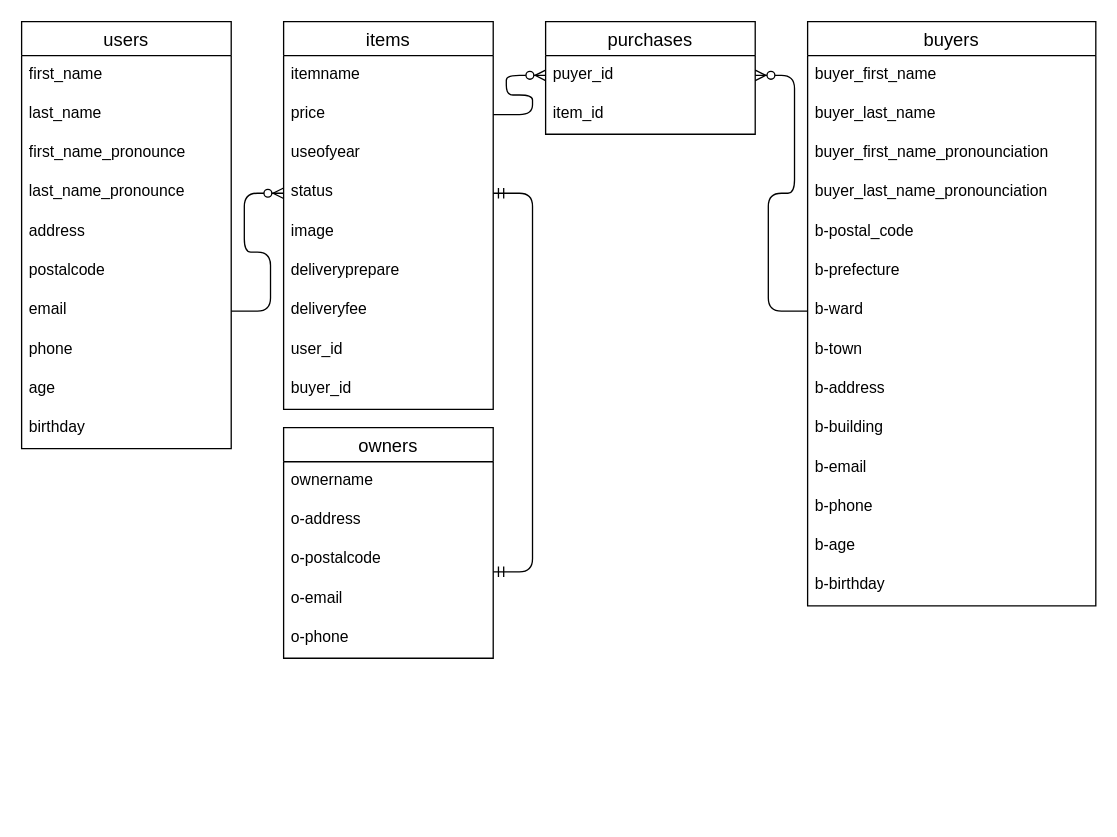
Above: er.dio in takuo-maeda/furima-32844 (draw.io), before the change. Source tidied: cells renumbered, new cells numbered last; positions are measured from the earlier drawing's top-left corner, leaving out a move shared by most shapes. Both pictures are drawn from the tidied source at 131%, with x=0, y=0 at pixel (21, 21).
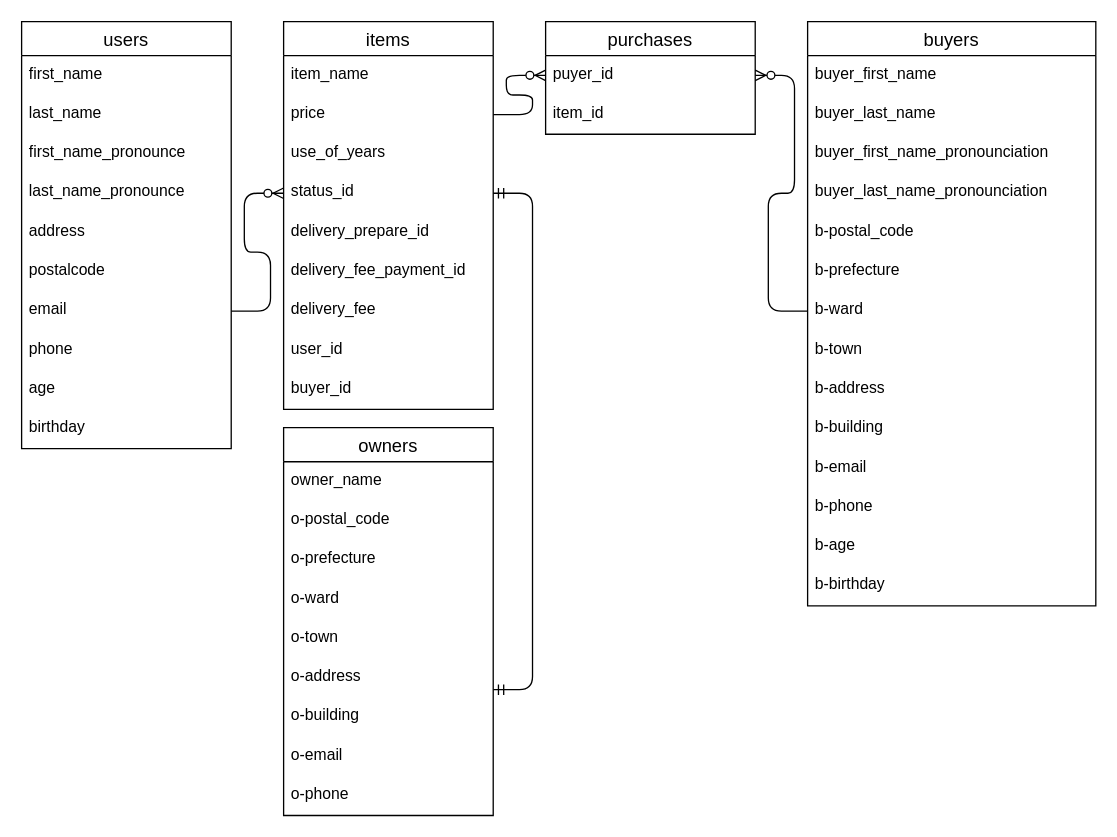
The same diagram, later.

The change refers to these unchanged cells:
```xml
<mxCell id="13" value="items" style="swimlane;fontStyle=0;horizontal=1;startSize=26;align=center;fontSize=14;" parent="1" vertex="1">
  <mxGeometry x="200" width="160" height="296" as="geometry" />
</mxCell>
```

Change to the diagram source:
```diff
@@
-    <mxCell id="14" value="itemname" style="text;strokeColor=none;fillColor=none;spacingLeft=4;spacingRight=4;overflow=hidden;fontSize=12;" parent="13" vertex="1">
+    <mxCell id="14" value="item_name" style="text;strokeColor=none;fillColor=none;spacingLeft=4;spacingRight=4;overflow=hidden;fontSize=12;" parent="13" vertex="1">
       <mxGeometry y="26" width="160" height="30" as="geometry" />
     </mxCell>
@@
-    <mxCell id="16" value="useofyear" style="text;strokeColor=none;fillColor=none;spacingLeft=4;spacingRight=4;overflow=hidden;fontSize=12;" parent="13" vertex="1">
+    <mxCell id="16" value="use_of_years" style="text;strokeColor=none;fillColor=none;spacingLeft=4;spacingRight=4;overflow=hidden;fontSize=12;" parent="13" vertex="1">
       <mxGeometry y="86" width="160" height="30" as="geometry" />
     </mxCell>
-    <mxCell id="17" value="status" style="text;strokeColor=none;fillColor=none;spacingLeft=4;spacingRight=4;overflow=hidden;points=[[0,0.5],[1,0.5]];portConstraint=eastwest;fontSize=12;" parent="13" vertex="1">
+    <mxCell id="17" value="status_id" style="text;strokeColor=none;fillColor=none;spacingLeft=4;spacingRight=4;overflow=hidden;points=[[0,0.5],[1,0.5]];portConstraint=eastwest;fontSize=12;" parent="13" vertex="1">
       <mxGeometry y="116" width="160" height="30" as="geometry" />
     </mxCell>
-    <mxCell id="18" value="image" style="text;strokeColor=none;fillColor=none;spacingLeft=4;spacingRight=4;overflow=hidden;fontSize=12;" parent="13" vertex="1">
-      <mxGeometry y="146" width="160" height="30" as="geometry" />
-    </mxCell>
-    <mxCell id="19" value="deliveryprepare" style="text;strokeColor=none;fillColor=none;spacingLeft=4;spacingRight=4;overflow=hidden;fontSize=12;" parent="13" vertex="1">
-      <mxGeometry y="176" width="160" height="30" as="geometry" />
+    <mxCell id="19" value="delivery_prepare_id" style="text;strokeColor=none;fillColor=none;spacingLeft=4;spacingRight=4;overflow=hidden;fontSize=12;" parent="13" vertex="1">
+      <mxGeometry y="146" width="160" height="30" as="geometry" />
     </mxCell>
+    <mxCell id="51" value="delivery_fee_payment_id" style="text;strokeColor=none;fillColor=none;spacingLeft=4;spacingRight=4;overflow=hidden;fontSize=12;" parent="13" vertex="1">
+      <mxGeometry y="176" width="160" height="30" as="geometry" />
+    </mxCell>
-    <mxCell id="20" value="deliveryfee" style="text;strokeColor=none;fillColor=none;spacingLeft=4;spacingRight=4;overflow=hidden;fontSize=12;" parent="13" vertex="1">
+    <mxCell id="20" value="delivery_fee" style="text;strokeColor=none;fillColor=none;spacingLeft=4;spacingRight=4;overflow=hidden;fontSize=12;" parent="13" vertex="1">
       <mxGeometry y="206" width="160" height="30" as="geometry" />
     </mxCell>
@@
     <mxCell id="38" value="owners" style="swimlane;fontStyle=0;horizontal=1;startSize=26;align=center;fontSize=14;" parent="1" vertex="1">
-      <mxGeometry x="200" y="310" width="160" height="176" as="geometry" />
+      <mxGeometry x="200" y="310" width="160" height="296" as="geometry" />
     </mxCell>
-    <mxCell id="39" value="ownername" style="text;strokeColor=none;fillColor=none;spacingLeft=4;spacingRight=4;overflow=hidden;fontSize=12;" parent="38" vertex="1">
+    <mxCell id="39" value="owner_name" style="text;strokeColor=none;fillColor=none;spacingLeft=4;spacingRight=4;overflow=hidden;fontSize=12;" parent="38" vertex="1">
       <mxGeometry y="26" width="160" height="30" as="geometry" />
     </mxCell>
+    <mxCell id="52" value="o-postal_code" style="text;strokeColor=none;fillColor=none;spacingLeft=4;spacingRight=4;overflow=hidden;fontSize=12;" parent="38" vertex="1">
+      <mxGeometry y="56" width="160" height="30" as="geometry" />
+    </mxCell>
-    <mxCell id="40" value="o-address" style="text;strokeColor=none;fillColor=none;spacingLeft=4;spacingRight=4;overflow=hidden;fontSize=12;" parent="38" vertex="1">
-      <mxGeometry y="56" width="160" height="30" as="geometry" />
+    <mxCell id="40" value="o-prefecture" style="text;strokeColor=none;fillColor=none;spacingLeft=4;spacingRight=4;overflow=hidden;fontSize=12;" parent="38" vertex="1">
+      <mxGeometry y="86" width="160" height="30" as="geometry" />
     </mxCell>
+    <mxCell id="53" value="o-ward" style="text;strokeColor=none;fillColor=none;spacingLeft=4;spacingRight=4;overflow=hidden;fontSize=12;" parent="38" vertex="1">
+      <mxGeometry y="116" width="160" height="30" as="geometry" />
+    </mxCell>
+    <mxCell id="54" value="o-town" style="text;strokeColor=none;fillColor=none;spacingLeft=4;spacingRight=4;overflow=hidden;fontSize=12;" parent="38" vertex="1">
+      <mxGeometry y="146" width="160" height="30" as="geometry" />
+    </mxCell>
-    <mxCell id="41" value="o-postalcode" style="text;strokeColor=none;fillColor=none;spacingLeft=4;spacingRight=4;overflow=hidden;points=[[0,0.5],[1,0.5]];portConstraint=eastwest;fontSize=12;" parent="38" vertex="1">
-      <mxGeometry y="86" width="160" height="30" as="geometry" />
+    <mxCell id="41" value="o-address" style="text;strokeColor=none;fillColor=none;spacingLeft=4;spacingRight=4;overflow=hidden;points=[[0,0.5],[1,0.5]];portConstraint=eastwest;fontSize=12;" parent="38" vertex="1">
+      <mxGeometry y="176" width="160" height="30" as="geometry" />
     </mxCell>
+    <mxCell id="55" value="o-building" style="text;strokeColor=none;fillColor=none;spacingLeft=4;spacingRight=4;overflow=hidden;fontSize=12;" parent="38" vertex="1">
+      <mxGeometry y="206" width="160" height="30" as="geometry" />
+    </mxCell>
     <mxCell id="42" value="o-email" style="text;strokeColor=none;fillColor=none;spacingLeft=4;spacingRight=4;overflow=hidden;fontSize=12;" parent="38" vertex="1">
-      <mxGeometry y="116" width="160" height="30" as="geometry" />
+      <mxGeometry y="236" width="160" height="30" as="geometry" />
     </mxCell>
     <mxCell id="43" value="o-phone" style="text;strokeColor=none;fillColor=none;spacingLeft=4;spacingRight=4;overflow=hidden;fontSize=12;" parent="38" vertex="1">
-      <mxGeometry y="146" width="160" height="30" as="geometry" />
+      <mxGeometry y="266" width="160" height="30" as="geometry" />
     </mxCell>
```
